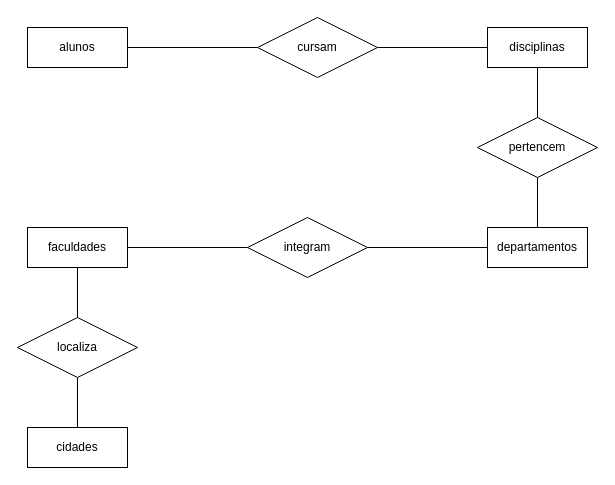
Above: modelorelacional.drawio in rebeccajanuario/MER (draw.io), before the change. Source tidied: cells renumbered, new cells numbered last; positions are measured from the earlier drawing's top-left corner, leaving out a move shared by most shapes. Both pictures are drawn from the tidied source at 100%, with x=0, y=0 at pixel (17, 17).
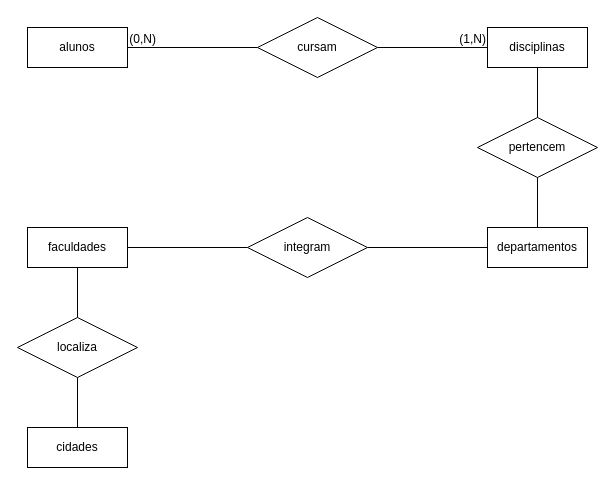
The same diagram, later.

The change refers to these unchanged cells:
```xml
<mxCell id="2" value="alunos" style="whiteSpace=wrap;html=1;align=center;" parent="1" vertex="1">
  <mxGeometry x="10" y="10" width="100" height="40" as="geometry" />
</mxCell>
<mxCell id="3" value="disciplinas" style="whiteSpace=wrap;html=1;align=center;" parent="1" vertex="1">
  <mxGeometry x="470" y="10" width="100" height="40" as="geometry" />
</mxCell>
<mxCell id="4" value="cursam" style="shape=rhombus;perimeter=rhombusPerimeter;whiteSpace=wrap;html=1;align=center;" parent="1" vertex="1">
  <mxGeometry x="240" width="120" height="60" as="geometry" />
</mxCell>
```

The edit, as a diff of the source:
```diff
@@
-    <mxCell id="5" style="endArrow=none;html=1;rounded=0;" parent="1" edge="1">
-      <mxGeometry relative="1" as="geometry">
-        <mxPoint x="110" y="30" as="sourcePoint" />
-        <mxPoint x="240" y="30" as="targetPoint" />
-      </mxGeometry>
-    </mxCell>
-    <mxCell id="6" style="endArrow=none;html=1;rounded=0;exitX=1;exitY=0.5;exitDx=0;exitDy=0;" parent="1" edge="1" source="4">
-      <mxGeometry relative="1" as="geometry">
-        <mxPoint x="470" y="30" as="targetPoint" />
-      </mxGeometry>
-    </mxCell>
@@
+    <mxCell id="19" style="endArrow=none;html=1;rounded=0;entryX=0;entryY=0.5;entryDx=0;entryDy=0;exitX=1;exitY=0.5;exitDx=0;exitDy=0;" parent="1" edge="1" source="4" target="3">
+      <mxGeometry relative="1" as="geometry" />
+    </mxCell>
+    <mxCell id="20" value="(1,N)" style="html=1;whiteSpace=wrap;align=right;verticalAlign=bottom;" parent="19" vertex="1">
+      <mxGeometry x="1" relative="1" as="geometry" />
+    </mxCell>
+    <mxCell id="21" style="endArrow=none;html=1;rounded=0;entryX=1;entryY=0.5;entryDx=0;entryDy=0;exitX=0;exitY=0.5;exitDx=0;exitDy=0;" parent="1" edge="1" source="4" target="2">
+      <mxGeometry relative="1" as="geometry" />
+    </mxCell>
+    <mxCell id="22" value="(0,N)" style="html=1;whiteSpace=wrap;align=right;verticalAlign=bottom;" parent="21" vertex="1">
+      <mxGeometry x="1" relative="1" as="geometry">
+        <mxPoint x="30" as="offset" />
+      </mxGeometry>
+    </mxCell>
```
